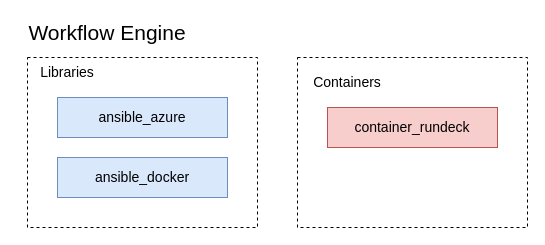
Above: workflow_engine.drawio in vattenbit/drawio (draw.io), before the change. Source tidied: cells renumbered, new cells numbered last; positions are measured from the earlier drawing's top-left corner, leaving out a move shared by most shapes. Both pictures are drawn from the tidied source at 100%, with x=0, y=0 at pixel (17, 17).
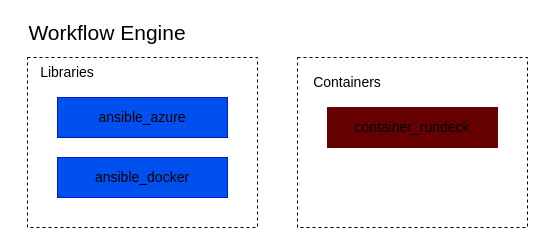
After the change.

What changed in the source:
```diff
@@
 <mxGraphModel>
   <root>
     <mxCell id="0" />
     <mxCell id="1" parent="0" />
     <mxCell id="2" style="rounded=0;whiteSpace=wrap;html=1;fontSize=14;dashed=1;" parent="1" vertex="1">
       <mxGeometry x="10" y="40" width="230" height="170" as="geometry" />
     </mxCell>
     <mxCell id="3" value="Workflow Engine" style="text;html=1;strokeColor=none;fillColor=none;align=center;verticalAlign=middle;whiteSpace=wrap;rounded=0;fontSize=21;" parent="1" vertex="1">
       <mxGeometry width="180" height="30" as="geometry" />
     </mxCell>
     <mxCell id="4" style="group;fillColor=#dae8fc;strokeColor=#6c8ebf;" parent="1" vertex="1">
       <mxGeometry x="40" y="140" width="170" height="40" as="geometry" />
     </mxCell>
-    <mxCell id="5" style="rounded=0;whiteSpace=wrap;html=1;fontSize=21;fillColor=#dae8fc;strokeColor=#6c8ebf;" parent="4" vertex="1">
+    <mxCell id="5" style="rounded=0;whiteSpace=wrap;html=1;fontSize=21;fillColor=#0050ef;strokeColor=#001DBC;fontColor=#ffffff;" parent="4" vertex="1">
       <mxGeometry width="170" height="40" as="geometry" />
     </mxCell>
     <mxCell id="6" value="&lt;div&gt;ansible_docker&lt;/div&gt;" style="text;html=1;strokeColor=none;fillColor=none;align=center;verticalAlign=middle;whiteSpace=wrap;rounded=0;fontSize=14;" parent="4" vertex="1">
       <mxGeometry x="30" y="5" width="110" height="30" as="geometry" />
     </mxCell>
     <mxCell id="7" style="group;" parent="1" vertex="1">
       <mxGeometry x="40" y="80" width="170" height="40" as="geometry" />
     </mxCell>
-    <mxCell id="8" style="rounded=0;whiteSpace=wrap;html=1;fontSize=21;fillColor=#dae8fc;strokeColor=#6c8ebf;" parent="7" vertex="1">
+    <mxCell id="8" style="rounded=0;whiteSpace=wrap;html=1;fontSize=21;fillColor=#0050ef;strokeColor=#001DBC;fontColor=#ffffff;" parent="7" vertex="1">
       <mxGeometry width="170" height="40" as="geometry" />
     </mxCell>
     <mxCell id="9" value="ansible_azure" style="text;html=1;strokeColor=none;fillColor=none;align=center;verticalAlign=middle;whiteSpace=wrap;rounded=0;fontSize=14;" parent="7" vertex="1">
       <mxGeometry x="30" y="5" width="110" height="30" as="geometry" />
     </mxCell>
     <mxCell id="10" value="Libraries" style="text;html=1;strokeColor=none;fillColor=none;align=center;verticalAlign=middle;whiteSpace=wrap;rounded=0;dashed=1;fontSize=14;" parent="1" vertex="1">
       <mxGeometry x="20" y="40" width="60" height="30" as="geometry" />
     </mxCell>
     <mxCell id="11" style="rounded=0;whiteSpace=wrap;html=1;fontSize=14;dashed=1;" parent="1" vertex="1">
       <mxGeometry x="280" y="40" width="230" height="170" as="geometry" />
     </mxCell>
     <mxCell id="12" value="Containers" style="text;html=1;strokeColor=none;fillColor=none;align=center;verticalAlign=middle;whiteSpace=wrap;rounded=0;dashed=1;fontSize=14;" parent="1" vertex="1">
       <mxGeometry x="290" y="50" width="80" height="30" as="geometry" />
     </mxCell>
     <mxCell id="13" style="group;fillColor=#e1d5e7;strokeColor=#9673a6;" parent="1" vertex="1">
       <mxGeometry x="310" y="90" width="170" height="40" as="geometry" />
     </mxCell>
-    <mxCell id="14" style="rounded=0;whiteSpace=wrap;html=1;fontSize=21;fillColor=#f8cecc;strokeColor=#b85450;" parent="13" vertex="1">
+    <mxCell id="14" style="rounded=0;whiteSpace=wrap;html=1;fontSize=21;fillColor=#660000;strokeColor=#6F0000;fontColor=#ffffff;" parent="13" vertex="1">
       <mxGeometry width="170" height="40" as="geometry" />
     </mxCell>
     <mxCell id="15" value="container_rundeck" style="text;html=1;strokeColor=none;fillColor=none;align=center;verticalAlign=middle;whiteSpace=wrap;rounded=0;fontSize=14;" parent="13" vertex="1">
       <mxGeometry x="30" y="5" width="110" height="30" as="geometry" />
     </mxCell>
   </root>
 </mxGraphModel>
```
